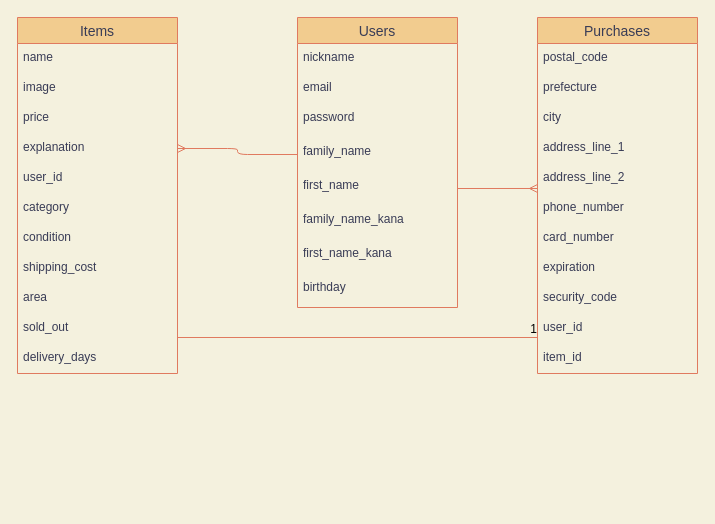
Earlier version of the draw.io diagram config/db.dio (t262g/furima-31082). Source tidied: cells renumbered, new cells numbered last; positions are measured from the earlier drawing's top-left corner, leaving out a move shared by most shapes. Both pictures are drawn from the tidied source at 100%, with x=0, y=0 at pixel (17, 17).
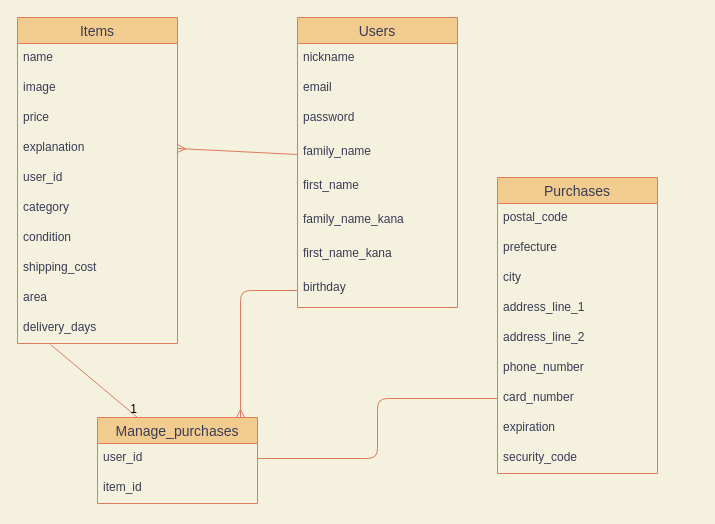
After the change.

Unchanged cells that the change refers to:
```xml
<mxCell id="6" value="family_name" style="text;strokeColor=none;fillColor=none;spacingLeft=4;spacingRight=4;overflow=hidden;points=[[0,0.5],[1,0.5]];portConstraint=eastwest;fontSize=12;fontColor=#393C56;" parent="2" vertex="1">
  <mxGeometry y="120" width="160" height="34" as="geometry" />
</mxCell>
<mxCell id="7" value="first_name" style="text;strokeColor=none;fillColor=none;spacingLeft=4;spacingRight=4;overflow=hidden;points=[[0,0.5],[1,0.5]];portConstraint=eastwest;fontSize=12;fontColor=#393C56;" parent="2" vertex="1">
  <mxGeometry y="154" width="160" height="34" as="geometry" />
</mxCell>
<mxCell id="10" value="birthday" style="text;strokeColor=none;fillColor=none;spacingLeft=4;spacingRight=4;overflow=hidden;points=[[0,0.5],[1,0.5]];portConstraint=eastwest;fontSize=12;fontColor=#393C56;" parent="2" vertex="1">
  <mxGeometry y="256" width="160" height="34" as="geometry" />
</mxCell>
<mxCell id="15" value="explanation" style="text;strokeColor=none;fillColor=none;spacingLeft=4;spacingRight=4;overflow=hidden;points=[[0,0.5],[1,0.5]];portConstraint=eastwest;fontSize=12;fontColor=#393C56;" parent="11" vertex="1">
  <mxGeometry y="116" width="160" height="30" as="geometry" />
</mxCell>
<mxCell id="29" value="address_line_2" style="text;strokeColor=none;fillColor=none;spacingLeft=4;spacingRight=4;overflow=hidden;points=[[0,0.5],[1,0.5]];portConstraint=eastwest;fontSize=12;fontColor=#393C56;" parent="24" vertex="1">
  <mxGeometry y="146" width="160" height="30" as="geometry" />
</mxCell>
<mxCell id="31" value="card_number" style="text;strokeColor=none;fillColor=none;spacingLeft=4;spacingRight=4;overflow=hidden;points=[[0,0.5],[1,0.5]];portConstraint=eastwest;fontSize=12;fontColor=#393C56;" parent="24" vertex="1">
  <mxGeometry y="206" width="160" height="30" as="geometry" />
</mxCell>
```

Diff of the diagram source:
```diff
@@
     <mxCell id="11" value="Items" style="swimlane;fontStyle=0;horizontal=1;startSize=26;align=center;fontSize=14;fillColor=#F2CC8F;strokeColor=#E07A5F;fontColor=#393C56;" parent="1" vertex="1">
-      <mxGeometry width="160" height="356" as="geometry" />
+      <mxGeometry width="160" height="326" as="geometry" />
     </mxCell>
@@
-    <mxCell id="21" value="sold_out" style="text;strokeColor=none;fillColor=none;spacingLeft=4;spacingRight=4;overflow=hidden;fontSize=12;fontColor=#393C56;" parent="11" vertex="1">
-      <mxGeometry y="296" width="160" height="30" as="geometry" />
-    </mxCell>
     <mxCell id="22" value="delivery_days" style="text;strokeColor=none;fillColor=none;spacingLeft=4;spacingRight=4;overflow=hidden;points=[[0,0.5],[1,0.5]];portConstraint=eastwest;fontSize=12;fontColor=#393C56;" parent="11" vertex="1">
-      <mxGeometry y="326" width="160" height="30" as="geometry" />
+      <mxGeometry y="296" width="160" height="30" as="geometry" />
     </mxCell>
-    <mxCell id="23" style="edgeStyle=orthogonalEdgeStyle;jettySize=auto;html=1;exitX=0;exitY=0.5;exitDx=0;exitDy=0;entryX=1;entryY=0.5;entryDx=0;entryDy=0;endArrow=ERmany;endFill=0;labelBackgroundColor=#F4F1DE;strokeColor=#E07A5F;fontColor=#393C56;" parent="1" edge="1" source="6" target="15">
+    <mxCell id="23" style="jettySize=auto;html=1;exitX=0;exitY=0.5;exitDx=0;exitDy=0;entryX=1;entryY=0.5;entryDx=0;entryDy=0;endArrow=ERmany;endFill=0;strokeColor=#E07A5F;fontColor=#393C56;labelBackgroundColor=#F4F1DE;" parent="1" edge="1" source="6" target="15">
       <mxGeometry relative="1" as="geometry" />
     </mxCell>
+    <mxCell id="39" value="Manage_purchases" style="swimlane;fontStyle=0;horizontal=1;startSize=26;align=center;fontSize=14;rounded=0;sketch=0;strokeColor=#E07A5F;fillColor=#F2CC8F;fontColor=#393C56;" parent="1" vertex="1">
+      <mxGeometry x="80" y="400" width="160" height="86" as="geometry" />
+    </mxCell>
+    <mxCell id="34" value="user_id" style="text;strokeColor=none;fillColor=none;spacingLeft=4;spacingRight=4;overflow=hidden;points=[[0,0.5],[1,0.5]];portConstraint=eastwest;fontSize=12;fontColor=#393C56;" parent="39" vertex="1">
+      <mxGeometry y="26" width="160" height="30" as="geometry" />
+    </mxCell>
+    <mxCell id="35" value="item_id" style="text;strokeColor=none;fillColor=none;spacingLeft=4;spacingRight=4;overflow=hidden;fontSize=12;fontColor=#393C56;" parent="39" vertex="1">
+      <mxGeometry y="56" width="160" height="30" as="geometry" />
+    </mxCell>
+    <mxCell id="40" style="endArrow=none;html=1;rounded=0;strokeColor=#E07A5F;fillColor=#F2CC8F;fontColor=#393C56;exitX=0.206;exitY=1.033;exitDx=0;exitDy=0;exitPerimeter=0;entryX=0.25;entryY=0;entryDx=0;entryDy=0;" parent="1" edge="1" source="22" target="39">
+      <mxGeometry relative="1" as="geometry" />
+    </mxCell>
+    <mxCell id="38" value="1" style="html=1;align=right;verticalAlign=bottom;" parent="40" vertex="1">
+      <mxGeometry x="1" relative="1" as="geometry" />
+    </mxCell>
     <mxCell id="24" value="Purchases" style="swimlane;fontStyle=0;horizontal=1;startSize=26;align=center;fontSize=14;fillColor=#F2CC8F;strokeColor=#E07A5F;fontColor=#393C56;" parent="1" vertex="1">
-      <mxGeometry x="520" width="160" height="356" as="geometry" />
+      <mxGeometry x="480" y="160" width="160" height="296" as="geometry" />
     </mxCell>
@@
-    <mxCell id="34" value="user_id" style="text;strokeColor=none;fillColor=none;spacingLeft=4;spacingRight=4;overflow=hidden;points=[[0,0.5],[1,0.5]];portConstraint=eastwest;fontSize=12;fontColor=#393C56;" parent="24" vertex="1">
-      <mxGeometry y="296" width="160" height="30" as="geometry" />
-    </mxCell>
-    <mxCell id="35" value="item_id" style="text;strokeColor=none;fillColor=none;spacingLeft=4;spacingRight=4;overflow=hidden;fontSize=12;fontColor=#393C56;" parent="24" vertex="1">
-      <mxGeometry y="326" width="160" height="30" as="geometry" />
-    </mxCell>
-    <mxCell id="36" style="edgeStyle=orthogonalEdgeStyle;jettySize=auto;html=1;exitX=1;exitY=0.5;exitDx=0;exitDy=0;entryX=0;entryY=0.833;entryDx=0;entryDy=0;entryPerimeter=0;endArrow=ERmany;endFill=0;labelBackgroundColor=#F4F1DE;strokeColor=#E07A5F;fontColor=#393C56;" parent="1" edge="1" source="7" target="29">
-      <mxGeometry relative="1" as="geometry" />
-    </mxCell>
-    <mxCell id="37" style="endArrow=none;html=1;rounded=0;strokeColor=#E07A5F;fillColor=#F2CC8F;fontColor=#393C56;" parent="1" edge="1">
-      <mxGeometry relative="1" as="geometry">
-        <mxPoint x="160" y="320" as="sourcePoint" />
-        <mxPoint x="520" y="320" as="targetPoint" />
-      </mxGeometry>
-    </mxCell>
-    <mxCell id="38" value="1" style="html=1;align=right;verticalAlign=bottom;" parent="37" vertex="1">
-      <mxGeometry x="1" relative="1" as="geometry" />
-    </mxCell>
+    <mxCell id="41" style="edgeStyle=orthogonalEdgeStyle;curved=0;rounded=1;sketch=0;jettySize=auto;html=1;exitX=0;exitY=0.5;exitDx=0;exitDy=0;entryX=0.894;entryY=0;entryDx=0;entryDy=0;entryPerimeter=0;strokeColor=#E07A5F;fillColor=#F2CC8F;fontColor=#393C56;endArrow=ERmany;endFill=0;" parent="1" edge="1" source="10" target="39">
+      <mxGeometry relative="1" as="geometry" />
+    </mxCell>
+    <mxCell id="42" style="edgeStyle=orthogonalEdgeStyle;curved=0;rounded=1;sketch=0;jettySize=auto;html=1;exitX=1;exitY=0.5;exitDx=0;exitDy=0;entryX=0;entryY=0.5;entryDx=0;entryDy=0;strokeColor=#E07A5F;fillColor=#F2CC8F;fontColor=#393C56;endArrow=none;endFill=0;" parent="1" edge="1" source="34" target="31">
+      <mxGeometry relative="1" as="geometry" />
+    </mxCell>
```
